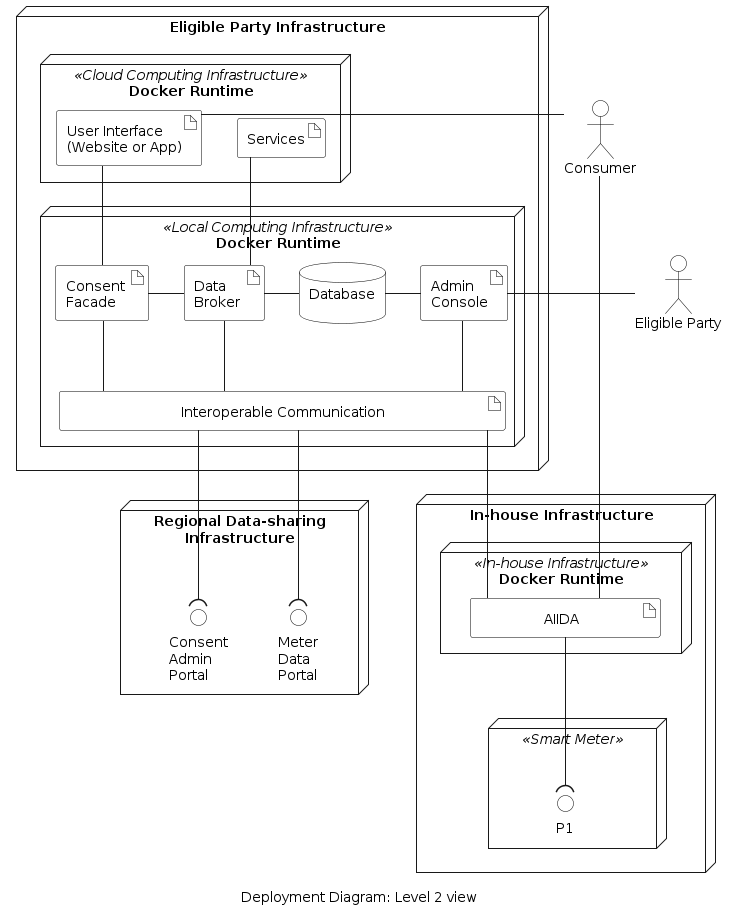
The PlantUML diagram arc42/07-deployment-view/figures/deployment-diagram-level-2.png in eddie-energy/architecture, before a commit. The source it was exported from:
```plantuml
@startuml deployment-diagram-level-2
caption Deployment Diagram: Level 2 view

skinparam linetype ortho
skinparam interface {
  backgroundColor transparent
  borderColor black
}
skinparam artifact{
  BorderColor black
  BackgroundColor transparent
}
skinparam actor{
  BorderColor black
  BackgroundColor transparent
}
skinparam database{
  BorderColor black
  BackgroundColor transparent
}
skinparam rectangle{
  BorderColor transparent
  BackgroundColor transparent
  FontColor transparent
}

node "Eligible Party Infrastructure" as epInfra{
  node "Docker Runtime" <<Local Computing Infrastructure>> as local {
    artifact "Consent \nFacade" as consentFacade
    artifact "Data \nBroker " as broker
    database "Database\n" as database
    artifact "Admin \nConsole" as adminConsole
    artifact "\t\t\t    Interoperable Communication\t\t\t\t" as comm
  }
  node "Docker Runtime" <<Cloud Computing Infrastructure>> as cloud{
    artifact "User Interface \n(Website or App)" as ui
    artifact "Services" as services
  }

  ui -down- consentFacade
  ui -[hidden]right- services
  consentFacade -right- broker
  broker -right- database
  broker -down- comm
  database -right-adminConsole
  broker -up- services
  adminConsole -down- comm

}
node "In-house Infrastructure" {
  node "Docker Runtime" <<In-house Infrastructure>> as house{
    artifact "\t\tAIIDA\t\t" as aiida
  }
  node " " <<Smart Meter>> as meter {
      interface "P1" as p1
  }
  aiida -down-( p1 : "\t"
}

node "Regional Data-sharing\nInfrastructure" as energyProvider {
  interface "Meter\nData\nPortal" as dataPortal
  interface "Consent\nAdmin\nPortal" as adminPortal
}

actor "Consumer" as consumer
actor "Eligible Party" as admin
  admin -left- adminConsole

consumer ---- aiida
consumer - ui

comm -down-( dataPortal
comm -down-( adminPortal
consentFacade -down- comm

aiida -up- comm


@enduml
```
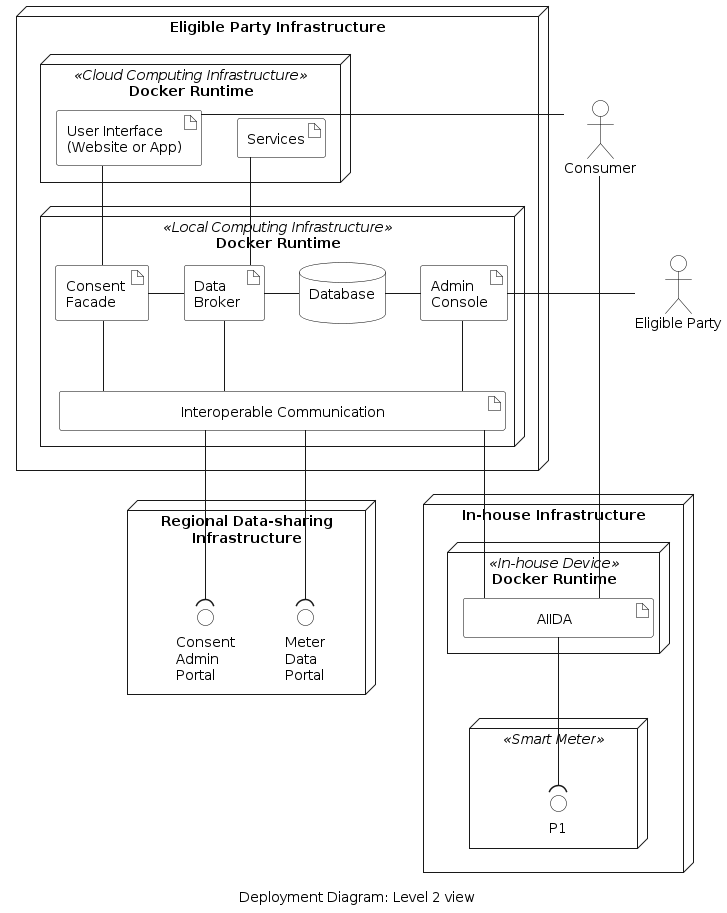
Later version of the same file.

What changed in the source:
```diff
@@ -48,7 +48,7 @@
 
 }
 node "In-house Infrastructure" {
-  node "Docker Runtime" <<In-house Infrastructure>> as house{
+  node "Docker Runtime" <<In-house Device>> as house{
     artifact "\t\tAIIDA\t\t" as aiida
   }
   node " " <<Smart Meter>> as meter {
```
